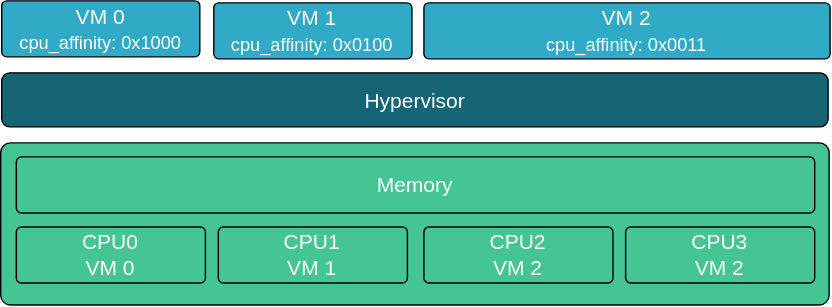
bao-project/bao-docs keeps this draw.io diagram as source/bao_hyp/img/cpu-affinity.svg. Above is the earlier version. Source tidied: cells renumbered, new cells last; positions are measured from the earlier drawing's top-left corner, leaving out a move shared by most shapes.
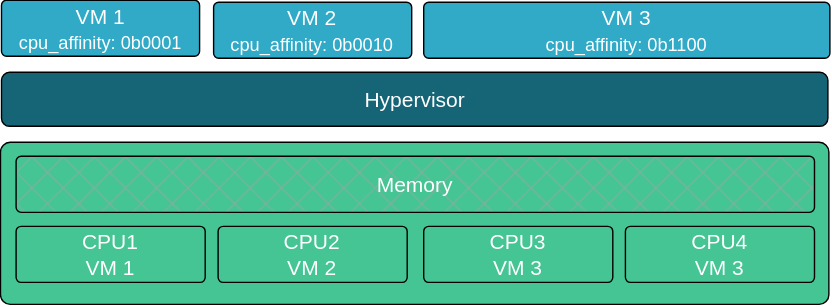
The same file after the commit.

Commit message:
fix(img): update cpu-affinity

Change to the diagram source:
```diff
@@ -2,34 +2,34 @@
   <root>
     <mxCell id="0" />
     <mxCell id="1" parent="0" />
-    <mxCell id="2" value="&lt;font color=&quot;#ffffff&quot;&gt;VM 1&lt;br style=&quot;font-size: 15px&quot;&gt;&lt;font style=&quot;font-size: 13px&quot;&gt;cpu_affinity: 0x0100&lt;/font&gt;&lt;br style=&quot;font-size: 15px&quot;&gt;&lt;/font&gt;" style="rounded=1;whiteSpace=wrap;html=1;fillColor=#30aac6;arcSize=9;fontSize=15;" parent="1" vertex="1">
+    <mxCell id="2" value="&lt;font color=&quot;#ffffff&quot; style=&quot;&quot;&gt;VM 2&lt;br style=&quot;font-size: 15px;&quot;&gt;&lt;font style=&quot;font-size: 13px;&quot;&gt;cpu_affinity: 0b0010&lt;/font&gt;&lt;br style=&quot;font-size: 15px;&quot;&gt;&lt;/font&gt;" style="rounded=1;whiteSpace=wrap;html=1;fillColor=#30aac6;arcSize=9;fontSize=15;" parent="1" vertex="1">
       <mxGeometry x="152.1" y="1.4" width="141.4" height="40" as="geometry" />
     </mxCell>
     <mxCell id="3" value="&lt;font color=&quot;#ffffff&quot; style=&quot;font-size: 15px;&quot;&gt;Hypervisor&lt;/font&gt;" style="rounded=1;whiteSpace=wrap;html=1;fillColor=#156577;fontSize=15;" parent="1" vertex="1">
       <mxGeometry x="0.7" y="51.4" width="590" height="38.6" as="geometry" />
     </mxCell>
     <mxCell id="4" style="rounded=1;whiteSpace=wrap;html=1;fillColor=#45c494;arcSize=6;fontSize=15;" parent="1" vertex="1">
-      <mxGeometry y="101.4" width="591.4" height="115.7" as="geometry" />
+      <mxGeometry x="-0.1" y="101.4" width="591.4" height="115.7" as="geometry" />
     </mxCell>
-    <mxCell id="5" value="&lt;font color=&quot;#ffffff&quot; style=&quot;&quot;&gt;VM 0&lt;br style=&quot;font-size: 15px;&quot;&gt;&lt;font style=&quot;font-size: 13px;&quot;&gt;cpu_affinity: 0x1000&lt;/font&gt;&lt;br style=&quot;font-size: 15px;&quot;&gt;&lt;/font&gt;" style="rounded=1;whiteSpace=wrap;html=1;fillColor=#30aac6;arcSize=9;fontSize=15;" parent="1" vertex="1">
+    <mxCell id="5" value="&lt;font color=&quot;#ffffff&quot; style=&quot;&quot;&gt;VM 1&lt;br style=&quot;font-size: 15px;&quot;&gt;&lt;font style=&quot;font-size: 13px;&quot;&gt;cpu_affinity: 0b0001&lt;/font&gt;&lt;br style=&quot;font-size: 15px;&quot;&gt;&lt;/font&gt;" style="rounded=1;whiteSpace=wrap;html=1;fillColor=#30aac6;arcSize=9;fontSize=15;" parent="1" vertex="1">
       <mxGeometry x="0.7" width="141.4" height="40" as="geometry" />
     </mxCell>
-    <mxCell id="6" value="&lt;font color=&quot;#ffffff&quot; style=&quot;&quot;&gt;VM 2&lt;br style=&quot;font-size: 15px;&quot;&gt;&lt;font style=&quot;font-size: 13px;&quot;&gt;cpu_affinity: 0x0011&lt;/font&gt;&lt;br style=&quot;font-size: 15px;&quot;&gt;&lt;/font&gt;" style="rounded=1;whiteSpace=wrap;html=1;fillColor=#30aac6;arcSize=9;fontSize=15;" parent="1" vertex="1">
+    <mxCell id="6" value="&lt;font color=&quot;#ffffff&quot; style=&quot;&quot;&gt;VM 3&lt;br style=&quot;font-size: 15px;&quot;&gt;&lt;font style=&quot;font-size: 13px;&quot;&gt;cpu_affinity: 0b1100&lt;/font&gt;&lt;br style=&quot;font-size: 15px;&quot;&gt;&lt;/font&gt;" style="rounded=1;whiteSpace=wrap;html=1;fillColor=#30aac6;arcSize=9;fontSize=15;" parent="1" vertex="1">
       <mxGeometry x="302.1" y="1.4" width="290" height="40" as="geometry" />
     </mxCell>
-    <mxCell id="7" value="&lt;font color=&quot;#ffffff&quot; style=&quot;font-size: 15px;&quot;&gt;Memory&lt;br style=&quot;font-size: 15px;&quot;&gt;&lt;/font&gt;" style="rounded=1;whiteSpace=wrap;html=1;arcSize=9;fillStyle=cross-hatch;fontSize=15;fillColor=none;" parent="1" vertex="1">
+    <mxCell id="7" value="&lt;font color=&quot;#ffffff&quot; style=&quot;font-size: 15px;&quot;&gt;Memory&lt;br style=&quot;font-size: 15px;&quot;&gt;&lt;/font&gt;" style="rounded=1;whiteSpace=wrap;html=1;fillColor=#A3A3A3;arcSize=9;fillStyle=cross-hatch;fontSize=15;" parent="1" vertex="1">
       <mxGeometry x="11.1" y="111.4" width="570" height="40" as="geometry" />
     </mxCell>
-    <mxCell id="8" value="&lt;font color=&quot;#ffffff&quot; style=&quot;font-size: 15px;&quot;&gt;CPU0&lt;br style=&quot;font-size: 15px;&quot;&gt;VM 0&lt;br style=&quot;font-size: 15px;&quot;&gt;&lt;/font&gt;" style="rounded=1;whiteSpace=wrap;html=1;fillColor=none;arcSize=9;fillStyle=cross-hatch;fontSize=15;" parent="1" vertex="1">
+    <mxCell id="8" value="&lt;font color=&quot;#ffffff&quot; style=&quot;font-size: 15px;&quot;&gt;CPU1&lt;br style=&quot;font-size: 15px;&quot;&gt;VM 1&lt;br style=&quot;font-size: 15px;&quot;&gt;&lt;/font&gt;" style="rounded=1;whiteSpace=wrap;html=1;fillColor=none;arcSize=9;fillStyle=cross-hatch;fontSize=15;" parent="1" vertex="1">
       <mxGeometry x="11.1" y="161.4" width="135" height="40" as="geometry" />
     </mxCell>
-    <mxCell id="9" value="&lt;font color=&quot;#ffffff&quot; style=&quot;font-size: 15px;&quot;&gt;CPU1&lt;br style=&quot;font-size: 15px;&quot;&gt;VM 1&lt;br style=&quot;font-size: 15px;&quot;&gt;&lt;/font&gt;" style="rounded=1;whiteSpace=wrap;html=1;fillColor=none;arcSize=9;fillStyle=cross-hatch;fontSize=15;" parent="1" vertex="1">
-      <mxGeometry x="155.4" y="161.4" width="135" height="40" as="geometry" />
+    <mxCell id="9" value="&lt;font color=&quot;#ffffff&quot; style=&quot;font-size: 15px;&quot;&gt;CPU2&lt;br style=&quot;font-size: 15px;&quot;&gt;VM 2&lt;br style=&quot;font-size: 15px;&quot;&gt;&lt;/font&gt;" style="rounded=1;whiteSpace=wrap;html=1;fillColor=none;arcSize=9;fillStyle=cross-hatch;fontSize=15;" parent="1" vertex="1">
+      <mxGeometry x="155.3" y="161.4" width="135" height="40" as="geometry" />
     </mxCell>
-    <mxCell id="10" value="&lt;font color=&quot;#ffffff&quot; style=&quot;font-size: 15px;&quot;&gt;CPU2&lt;br style=&quot;font-size: 15px;&quot;&gt;VM 2&lt;br style=&quot;font-size: 15px;&quot;&gt;&lt;/font&gt;" style="rounded=1;whiteSpace=wrap;html=1;fillColor=none;arcSize=9;fillStyle=cross-hatch;fontSize=15;" parent="1" vertex="1">
+    <mxCell id="10" value="&lt;font color=&quot;#ffffff&quot; style=&quot;font-size: 15px;&quot;&gt;CPU3&lt;br style=&quot;font-size: 15px;&quot;&gt;VM 3&lt;br style=&quot;font-size: 15px;&quot;&gt;&lt;/font&gt;" style="rounded=1;whiteSpace=wrap;html=1;fillColor=none;arcSize=9;fillStyle=cross-hatch;fontSize=15;" parent="1" vertex="1">
       <mxGeometry x="302.1" y="161.4" width="135" height="40" as="geometry" />
     </mxCell>
-    <mxCell id="11" value="&lt;font color=&quot;#ffffff&quot; style=&quot;font-size: 15px;&quot;&gt;CPU3&lt;br style=&quot;font-size: 15px;&quot;&gt;VM 2&lt;br style=&quot;font-size: 15px;&quot;&gt;&lt;/font&gt;" style="rounded=1;whiteSpace=wrap;html=1;fillColor=none;arcSize=9;fillStyle=cross-hatch;fontSize=15;" parent="1" vertex="1">
+    <mxCell id="11" value="&lt;font color=&quot;#ffffff&quot; style=&quot;font-size: 15px;&quot;&gt;CPU4&lt;br style=&quot;font-size: 15px;&quot;&gt;VM 3&lt;br style=&quot;font-size: 15px;&quot;&gt;&lt;/font&gt;" style="rounded=1;whiteSpace=wrap;html=1;fillColor=none;arcSize=9;fillStyle=cross-hatch;fontSize=15;" parent="1" vertex="1">
       <mxGeometry x="446.1" y="161.4" width="135" height="40" as="geometry" />
     </mxCell>
   </root>
```
